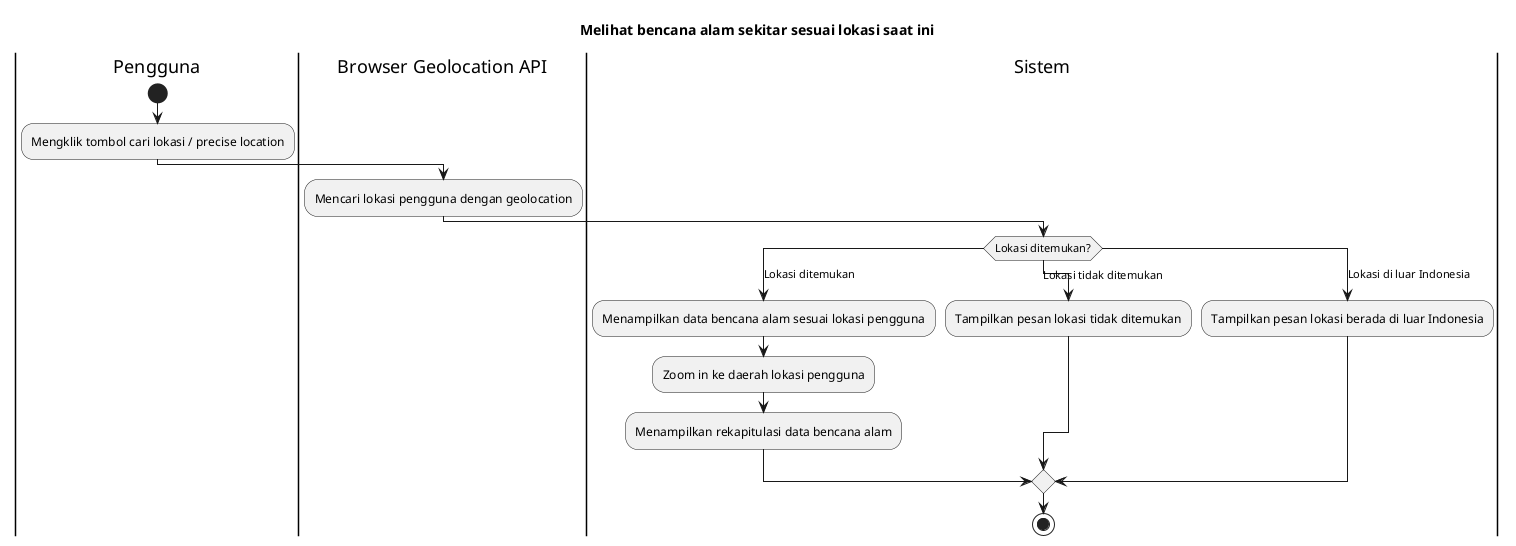
bagusNA/appl-diagrams keeps this PlantUML diagram as export/Activity Diagrams/UC-MAP - Peta Bencana/UC-MAP-001 - Melihat bencana alam sekitar sesuai lokasi saat ini.png. Above is the earlier version. Source of this version:
```plantuml
@startuml
title Melihat bencana alam sekitar sesuai lokasi saat ini

|Pengguna|
start
:Mengklik tombol cari lokasi / precise location;

|Browser Geolocation API|
:Mencari lokasi pengguna dengan geolocation;

|Sistem|
switch (Lokasi ditemukan?)
case (Lokasi ditemukan)
  :Menampilkan data bencana alam sesuai lokasi pengguna;
  :Zoom in ke daerah lokasi pengguna;
  :Menampilkan rekapitulasi data bencana alam;
case (Lokasi tidak ditemukan)
  :Tampilkan pesan lokasi tidak ditemukan;
case (Lokasi di luar Indonesia)
  :Tampilkan pesan lokasi berada di luar Indonesia;
endswitch

stop
@enduml
```
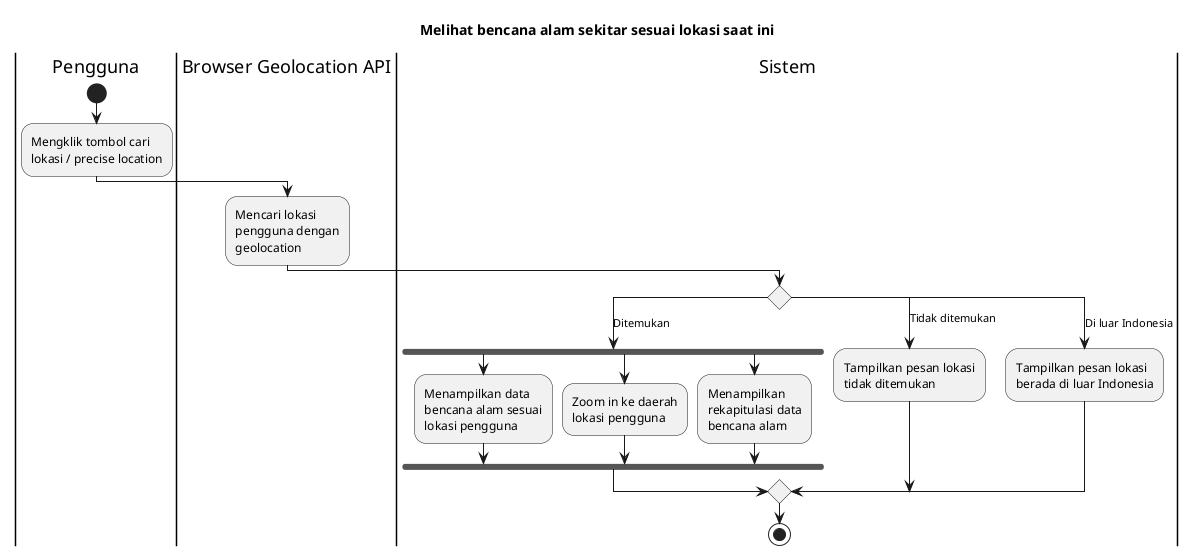
After the commit.

Change to the diagram source:
```diff
@@ -1,4 +1,6 @@
 @startuml
+skinparam wrapWidth 140
+
 title Melihat bencana alam sekitar sesuai lokasi saat ini
 
 |Pengguna|
@@ -9,14 +11,18 @@
 :Mencari lokasi pengguna dengan geolocation;
 
 |Sistem|
-switch (Lokasi ditemukan?)
-case (Lokasi ditemukan)
-  :Menampilkan data bencana alam sesuai lokasi pengguna;
-  :Zoom in ke daerah lokasi pengguna;
-  :Menampilkan rekapitulasi data bencana alam;
-case (Lokasi tidak ditemukan)
+switch ()
+case (Ditemukan)
+  fork
+    :Menampilkan data bencana alam sesuai lokasi pengguna;
+  fork again
+    :Zoom in ke daerah lokasi pengguna;
+  fork again
+    :Menampilkan rekapitulasi data bencana alam;
+  endfork
+case (Tidak ditemukan)
   :Tampilkan pesan lokasi tidak ditemukan;
-case (Lokasi di luar Indonesia)
+case (Di luar Indonesia)
   :Tampilkan pesan lokasi berada di luar Indonesia;
 endswitch
 
```
